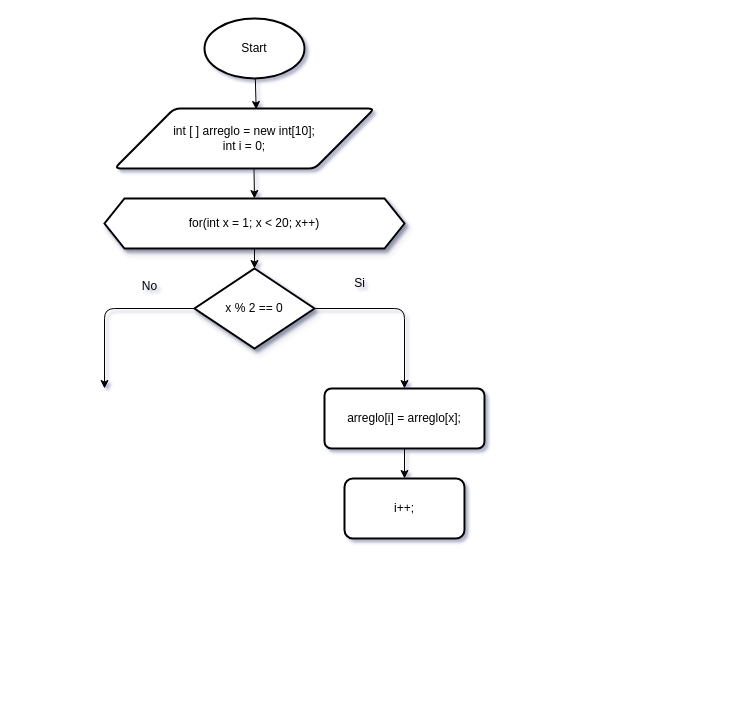
The draw.io diagram ArregloNuumerosPares.drawio in AnthonyLozadaAlexander/DiagramaDeFlujos, before the edit. Source tidied: cells renumbered, new cells numbered last; positions are measured from the earlier drawing's top-left corner, leaving out a move shared by most shapes. Both pictures are drawn from the tidied source at 100%, with x=0, y=0 at pixel (104, 18).
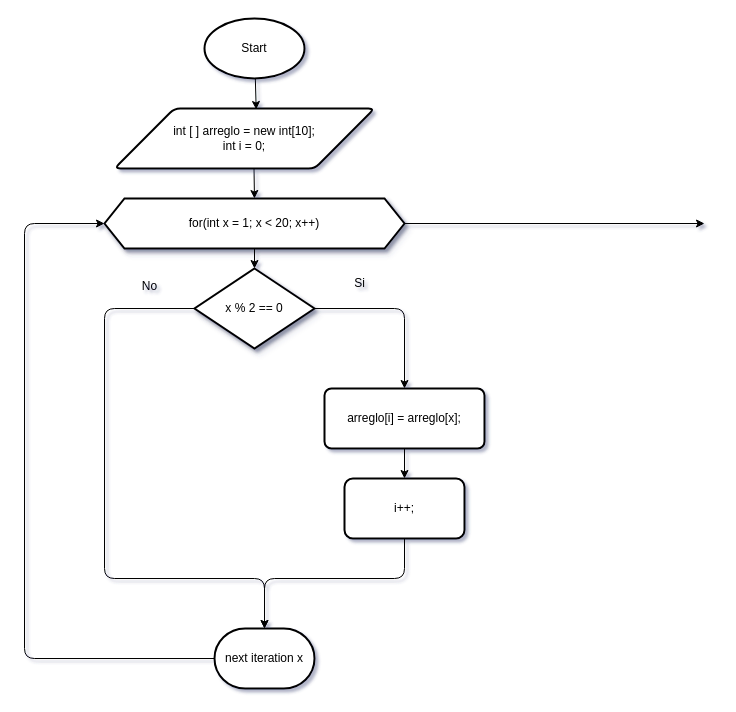
Above is the later version.

Commit message:
Actualizar diagrama de flujo para inicializar un arreglo de números pares, ajustando dimensiones y mejorando la visualización de nodos y conexiones.

Unchanged cells that the change refers to:
```xml
<mxCell id="6" value="for(int x = 1; x &amp;lt; 20; x++)" style="shape=hexagon;perimeter=hexagonPerimeter2;whiteSpace=wrap;html=1;fixedSize=1;strokeWidth=2;textShadow=0;shadow=1;" parent="1" vertex="1">
  <mxGeometry y="180" width="300" height="50" as="geometry" />
</mxCell>
<mxCell id="10" value="x % 2 == 0" style="rhombus;whiteSpace=wrap;html=1;strokeWidth=2;shadow=1;" parent="1" vertex="1">
  <mxGeometry x="90" y="250" width="120" height="80" as="geometry" />
</mxCell>
<mxCell id="13" value="i++;" style="whiteSpace=wrap;html=1;rounded=1;arcSize=14;strokeWidth=2;" parent="1" vertex="1">
  <mxGeometry x="240" y="460" width="120" height="60" as="geometry" />
</mxCell>
```

The edit, as a diff of the source:
```diff
@@
+    <mxCell id="16" style="edgeStyle=none;html=1;" parent="1" edge="1" source="6">
+      <mxGeometry relative="1" as="geometry">
+        <mxPoint x="600" y="205" as="targetPoint" />
+      </mxGeometry>
+    </mxCell>
@@
     <mxCell id="9" style="edgeStyle=none;html=1;exitX=0;exitY=0.5;exitDx=0;exitDy=0;" parent="1" edge="1" source="10">
       <mxGeometry relative="1" as="geometry">
-        <mxPoint y="370" as="targetPoint" />
+        <mxPoint x="160" y="610" as="targetPoint" />
         <Array as="points">
           <mxPoint y="290" />
+          <mxPoint y="560" />
+          <mxPoint x="160" y="560" />
         </Array>
       </mxGeometry>
     </mxCell>
@@
+    <mxCell id="17" style="edgeStyle=none;html=1;exitX=0.5;exitY=1;exitDx=0;exitDy=0;" parent="1" edge="1" source="13">
+      <mxGeometry relative="1" as="geometry">
+        <mxPoint x="160" y="610" as="targetPoint" />
+        <Array as="points">
+          <mxPoint x="300" y="560" />
+          <mxPoint x="160" y="560" />
+        </Array>
+      </mxGeometry>
+    </mxCell>
@@
+    <mxCell id="18" style="edgeStyle=none;html=1;entryX=0;entryY=0.5;entryDx=0;entryDy=0;exitX=0;exitY=0.5;exitDx=0;exitDy=0;exitPerimeter=0;" parent="1" edge="1" source="19" target="6">
+      <mxGeometry relative="1" as="geometry">
+        <Array as="points">
+          <mxPoint x="-80" y="640" />
+          <mxPoint x="-80" y="205" />
+        </Array>
+      </mxGeometry>
+    </mxCell>
+    <mxCell id="19" value="next iteration x" style="strokeWidth=2;html=1;shape=mxgraph.flowchart.terminator;whiteSpace=wrap;" parent="1" vertex="1">
+      <mxGeometry x="110" y="610" width="100" height="60" as="geometry" />
+    </mxCell>
```
